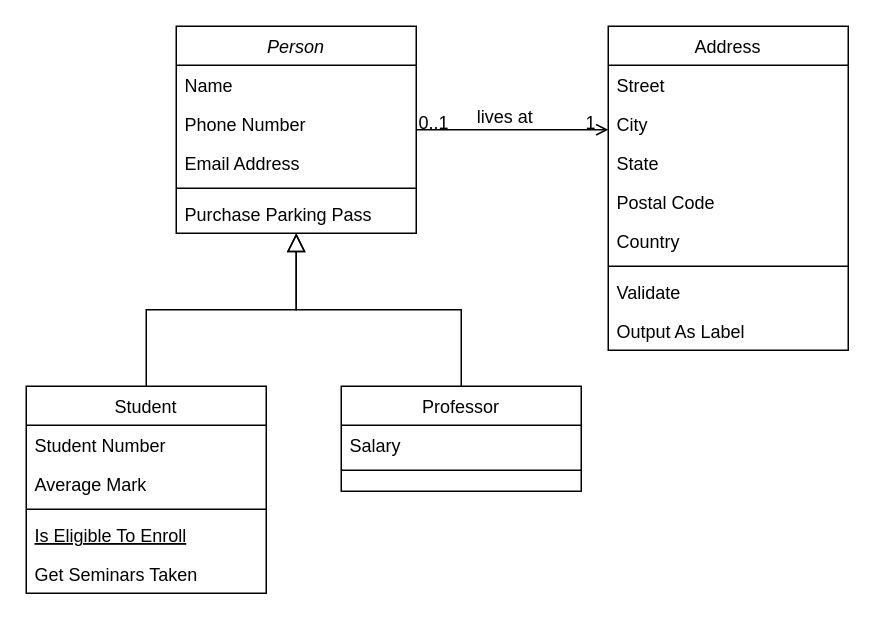
Earlier version of the draw.io diagram Diagrama sem nome.drawio (lucashfernandes91/hr-management). Source tidied: cells renumbered, new cells numbered last; positions are measured from the earlier drawing's top-left corner, leaving out a move shared by most shapes. Both pictures are drawn from the tidied source at 150%, with x=0, y=0 at pixel (26, 26).
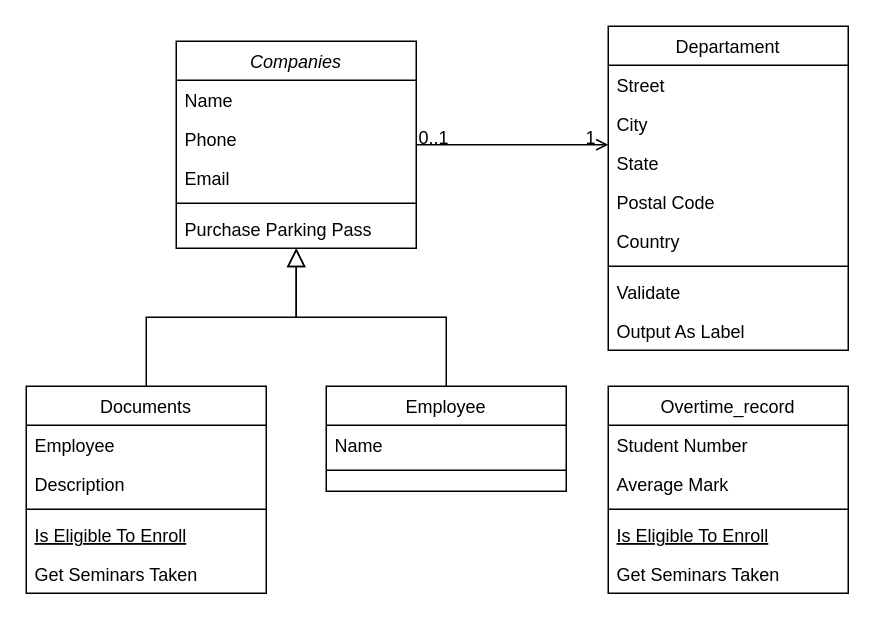
Above is the later version.

Unchanged cells that the change refers to:
```xml
<mxCell id="28" style="endArrow=open;shadow=0;strokeWidth=1;rounded=0;curved=0;endFill=1;edgeStyle=elbowEdgeStyle;elbow=vertical;" parent="1" edge="1" source="2" target="19">
  <mxGeometry x="0.5" y="41" relative="1" as="geometry">
    <mxPoint x="-40" y="32" as="offset" />
  </mxGeometry>
</mxCell>
```

Diff of the diagram source:
```diff
@@
-    <mxCell id="2" value="Person" style="swimlane;fontStyle=2;align=center;verticalAlign=top;horizontal=1;startSize=26;rounded=0;shadow=0;strokeWidth=1;" parent="1" vertex="1">
-      <mxGeometry x="100" width="160" height="138" as="geometry" />
+    <mxCell id="2" value="Companies" style="swimlane;fontStyle=2;align=center;verticalAlign=top;horizontal=1;startSize=26;rounded=0;shadow=0;strokeWidth=1;" parent="1" vertex="1">
+      <mxGeometry x="100" y="10" width="160" height="138" as="geometry" />
     </mxCell>
@@
-    <mxCell id="4" value="Phone Number" style="text;align=left;verticalAlign=top;spacingLeft=4;spacingRight=4;overflow=hidden;rounded=0;shadow=0;html=0;" parent="2" vertex="1">
+    <mxCell id="4" value="Phone" style="text;align=left;verticalAlign=top;spacingLeft=4;spacingRight=4;overflow=hidden;rounded=0;shadow=0;html=0;" parent="2" vertex="1">
       <mxGeometry y="52" width="160" height="26" as="geometry" />
     </mxCell>
-    <mxCell id="5" value="Email Address" style="text;align=left;verticalAlign=top;spacingLeft=4;spacingRight=4;overflow=hidden;rounded=0;shadow=0;html=0;" parent="2" vertex="1">
+    <mxCell id="5" value="Email&#10;" style="text;align=left;verticalAlign=top;spacingLeft=4;spacingRight=4;overflow=hidden;rounded=0;shadow=0;html=0;" parent="2" vertex="1">
       <mxGeometry y="78" width="160" height="26" as="geometry" />
     </mxCell>
@@
-    <mxCell id="8" value="Student" style="swimlane;fontStyle=0;align=center;verticalAlign=top;horizontal=1;startSize=26;rounded=0;shadow=0;strokeWidth=1;" parent="1" vertex="1">
+    <mxCell id="8" value="Documents&#10;" style="swimlane;fontStyle=0;align=center;verticalAlign=top;horizontal=1;startSize=26;rounded=0;shadow=0;strokeWidth=1;" parent="1" vertex="1">
       <mxGeometry y="240" width="160" height="138" as="geometry" />
     </mxCell>
-    <mxCell id="9" value="Student Number" style="text;align=left;verticalAlign=top;spacingLeft=4;spacingRight=4;overflow=hidden;" parent="8" vertex="1">
+    <mxCell id="9" value="Employee" style="text;align=left;verticalAlign=top;spacingLeft=4;spacingRight=4;overflow=hidden;" parent="8" vertex="1">
       <mxGeometry y="26" width="160" height="26" as="geometry" />
     </mxCell>
-    <mxCell id="10" value="Average Mark" style="text;align=left;verticalAlign=top;spacingLeft=4;spacingRight=4;overflow=hidden;rounded=0;shadow=0;html=0;" parent="8" vertex="1">
+    <mxCell id="10" value="Description" style="text;align=left;verticalAlign=top;spacingLeft=4;spacingRight=4;overflow=hidden;rounded=0;shadow=0;html=0;" parent="8" vertex="1">
       <mxGeometry y="52" width="160" height="26" as="geometry" />
     </mxCell>
@@
-    <mxCell id="15" value="Professor" style="swimlane;fontStyle=0;align=center;verticalAlign=top;horizontal=1;startSize=26;rounded=0;shadow=0;strokeWidth=1;" parent="1" vertex="1">
-      <mxGeometry x="210" y="240" width="160" height="70" as="geometry" />
+    <mxCell id="15" value="Employee&#10;" style="swimlane;fontStyle=0;align=center;verticalAlign=top;horizontal=1;startSize=26;rounded=0;shadow=0;strokeWidth=1;" parent="1" vertex="1">
+      <mxGeometry x="200" y="240" width="160" height="70" as="geometry" />
     </mxCell>
-    <mxCell id="16" value="Salary" style="text;align=left;verticalAlign=top;spacingLeft=4;spacingRight=4;overflow=hidden;" parent="15" vertex="1">
+    <mxCell id="16" value="Name" style="text;align=left;verticalAlign=top;spacingLeft=4;spacingRight=4;overflow=hidden;" parent="15" vertex="1">
       <mxGeometry y="26" width="160" height="26" as="geometry" />
     </mxCell>
@@
-    <mxCell id="19" value="Address" style="swimlane;fontStyle=0;align=center;verticalAlign=top;horizontal=1;startSize=26;rounded=0;shadow=0;strokeWidth=1;" parent="1" vertex="1">
+    <mxCell id="19" value="Departament&#10;" style="swimlane;fontStyle=0;align=center;verticalAlign=top;horizontal=1;startSize=26;rounded=0;shadow=0;strokeWidth=1;" parent="1" vertex="1">
       <mxGeometry x="388" width="160" height="216" as="geometry" />
     </mxCell>
@@
-    <mxCell id="31" value="lives at" style="text;html=1;align=center;verticalAlign=middle;labelBackgroundColor=none;rounded=0;shadow=0;strokeWidth=1;fontSize=12;" parent="28" vertex="1">
-      <mxGeometry x="0.5" y="49" relative="1" as="geometry">
-        <mxPoint x="-38" y="40" as="offset" />
-      </mxGeometry>
-    </mxCell>
+    <mxCell id="32" value="Overtime_record" style="swimlane;fontStyle=0;align=center;verticalAlign=top;horizontal=1;startSize=26;rounded=0;shadow=0;strokeWidth=1;" parent="1" vertex="1">
+      <mxGeometry x="388" y="240" width="160" height="138" as="geometry" />
+    </mxCell>
+    <mxCell id="33" value="Student Number" style="text;align=left;verticalAlign=top;spacingLeft=4;spacingRight=4;overflow=hidden;" parent="32" vertex="1">
+      <mxGeometry y="26" width="160" height="26" as="geometry" />
+    </mxCell>
+    <mxCell id="34" value="Average Mark" style="text;align=left;verticalAlign=top;spacingLeft=4;spacingRight=4;overflow=hidden;rounded=0;shadow=0;html=0;" parent="32" vertex="1">
+      <mxGeometry y="52" width="160" height="26" as="geometry" />
+    </mxCell>
+    <mxCell id="35" style="line;html=1;strokeWidth=1;align=left;verticalAlign=middle;spacingTop=-1;spacingLeft=3;spacingRight=3;labelPosition=right;" parent="32" vertex="1">
+      <mxGeometry y="78" width="160" height="8" as="geometry" />
+    </mxCell>
+    <mxCell id="36" value="Is Eligible To Enroll" style="text;align=left;verticalAlign=top;spacingLeft=4;spacingRight=4;overflow=hidden;fontStyle=4;" parent="32" vertex="1">
+      <mxGeometry y="86" width="160" height="26" as="geometry" />
+    </mxCell>
+    <mxCell id="37" value="Get Seminars Taken" style="text;align=left;verticalAlign=top;spacingLeft=4;spacingRight=4;overflow=hidden;" parent="32" vertex="1">
+      <mxGeometry y="112" width="160" height="26" as="geometry" />
+    </mxCell>
```
